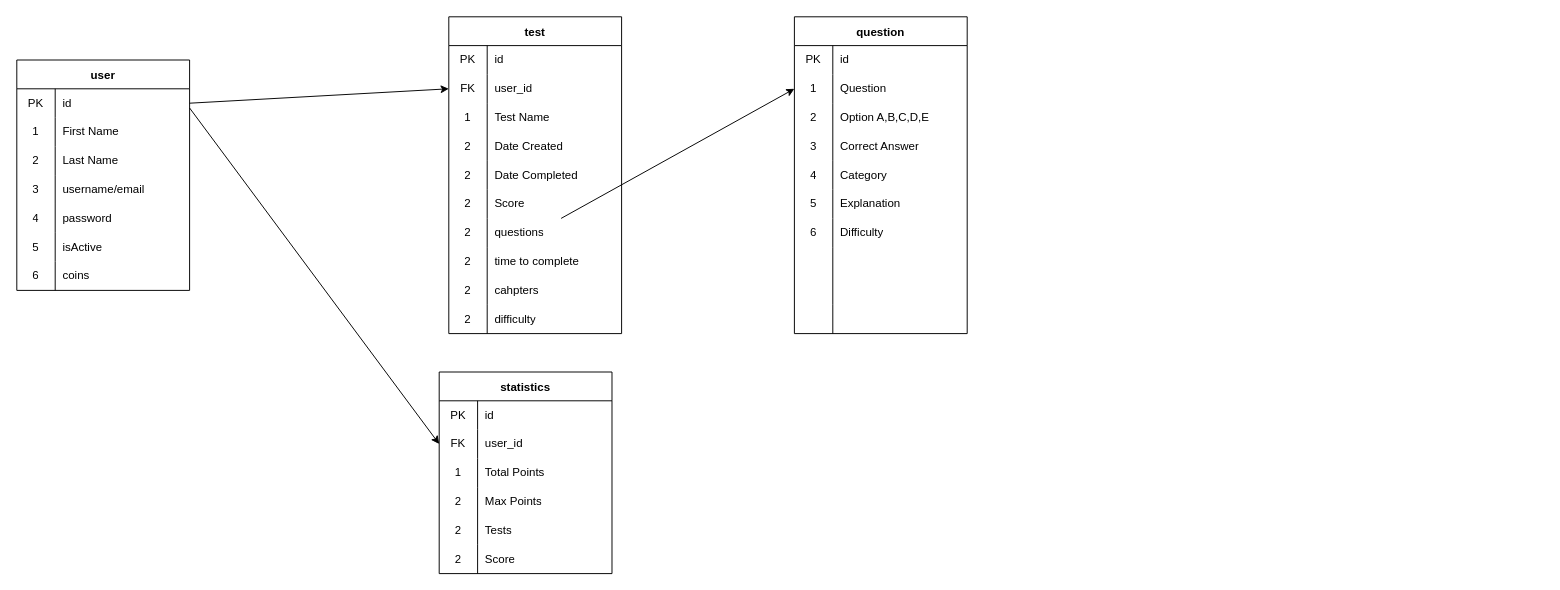
Before: server/dump/db.drawio in adrianorban/quizAppServer, a draw.io diagram. Source tidied: cells renumbered, new cells numbered last; positions are measured from the earlier drawing's top-left corner, leaving out a move shared by most shapes. Both pictures are drawn from the tidied source at 96%, with x=0, y=0 at pixel (16, 16).
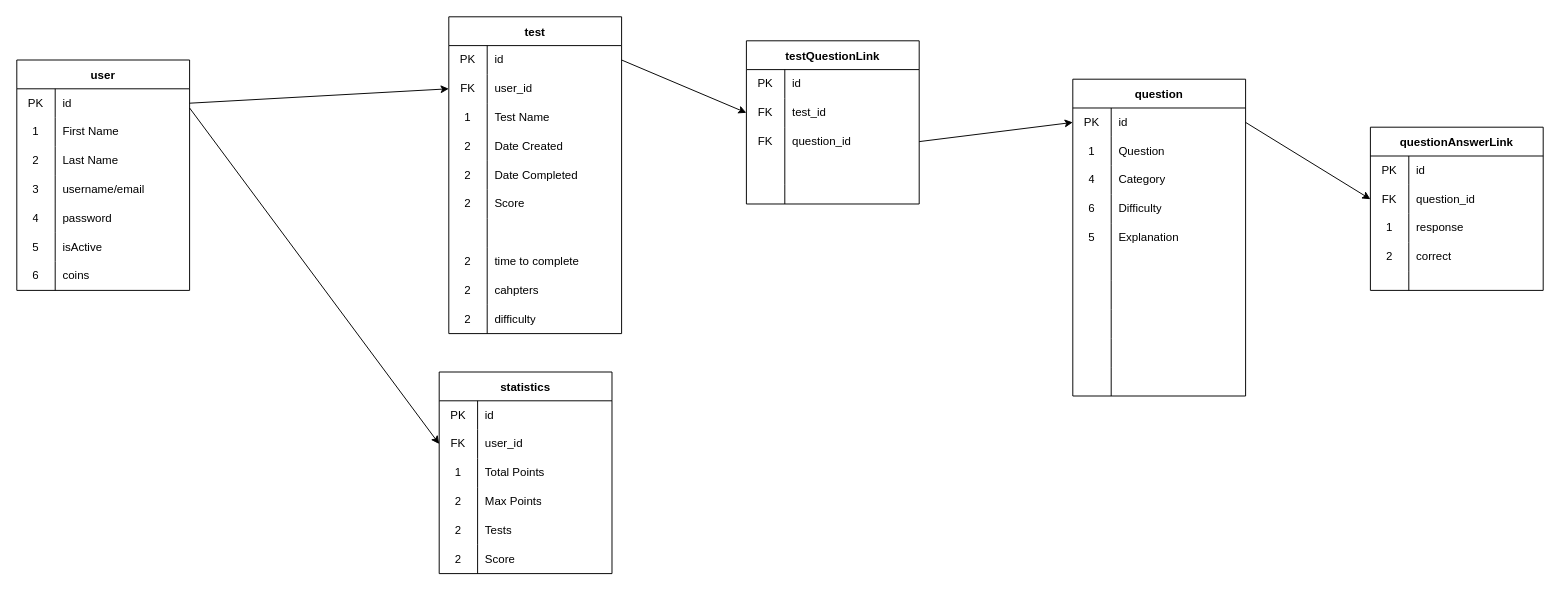
After the change.

Commit message (it also covers changes not shown here):
update db design and dockerfile

Unchanged cells that the change refers to:
```xml
<mxCell id="25" style="shape=tableRow;horizontal=0;startSize=0;swimlaneHead=0;swimlaneBody=0;top=0;left=0;bottom=0;right=0;fillColor=none;points=[[0,0.5],[1,0.5]];portConstraint=eastwest;" parent="24" vertex="1">
  <mxGeometry y="30" width="180" height="30" as="geometry" />
</mxCell>
<mxCell id="43" style="shape=tableRow;horizontal=0;startSize=0;swimlaneHead=0;swimlaneBody=0;top=0;left=0;bottom=0;right=0;fillColor=none;points=[[0,0.5],[1,0.5]];portConstraint=eastwest;" parent="24" vertex="1">
  <mxGeometry y="210" width="180" height="30" as="geometry" />
</mxCell>
<mxCell id="56" style="shape=tableRow;horizontal=0;startSize=0;swimlaneHead=0;swimlaneBody=0;top=0;left=0;bottom=0;right=0;fillColor=none;points=[[0,0.5],[1,0.5]];portConstraint=eastwest;" parent="55" vertex="1">
  <mxGeometry y="30" width="180" height="30" as="geometry" />
</mxCell>
<mxCell id="59" style="shape=tableRow;horizontal=0;startSize=0;swimlaneHead=0;swimlaneBody=0;top=0;left=0;bottom=0;right=0;fillColor=none;points=[[0,0.5],[1,0.5]];portConstraint=eastwest;" parent="55" vertex="1">
  <mxGeometry y="60" width="180" height="30" as="geometry" />
</mxCell>
```

The edit, as a diff of the source:
```diff
@@
-    <mxCell id="44" value="2" style="shape=partialRectangle;html=1;whiteSpace=wrap;fillColor=none;top=0;left=0;bottom=0;right=0;overflow=hidden;" parent="43" vertex="1">
+    <mxCell id="44" style="shape=partialRectangle;html=1;whiteSpace=wrap;fillColor=none;top=0;left=0;bottom=0;right=0;overflow=hidden;" parent="43" vertex="1">
       <mxGeometry width="40" height="30" as="geometry" />
     </mxCell>
-    <mxCell id="45" value="questions" style="shape=partialRectangle;html=1;whiteSpace=wrap;fillColor=none;top=0;left=0;bottom=0;right=0;align=left;spacingLeft=6;overflow=hidden;" parent="43" vertex="1">
+    <mxCell id="45" style="shape=partialRectangle;html=1;whiteSpace=wrap;fillColor=none;top=0;left=0;bottom=0;right=0;align=left;spacingLeft=6;overflow=hidden;" parent="43" vertex="1">
       <mxGeometry x="40" width="140" height="30" as="geometry" />
     </mxCell>
@@
     <mxCell id="55" value="question" style="shape=table;startSize=30;childLayout=tableLayout;rowLines=0;fontStyle=1;" parent="1" vertex="1">
-      <mxGeometry x="810" width="180" height="330" as="geometry" />
+      <mxGeometry x="1100" y="65" width="180" height="330" as="geometry" />
     </mxCell>
@@
+    <mxCell id="68" style="shape=tableRow;horizontal=0;startSize=0;swimlaneHead=0;swimlaneBody=0;top=0;left=0;bottom=0;right=0;fillColor=none;" parent="55" vertex="1">
+      <mxGeometry y="90" width="180" height="30" as="geometry" />
+    </mxCell>
+    <mxCell id="69" value="4" style="shape=partialRectangle;html=1;whiteSpace=wrap;fillColor=none;top=0;left=0;bottom=0;right=0;overflow=hidden;" parent="68" vertex="1">
+      <mxGeometry width="40" height="30" as="geometry" />
+    </mxCell>
+    <mxCell id="70" value="Category" style="shape=partialRectangle;html=1;whiteSpace=wrap;fillColor=none;top=0;left=0;bottom=0;right=0;align=left;spacingLeft=6;overflow=hidden;" parent="68" vertex="1">
+      <mxGeometry x="40" width="140" height="30" as="geometry" />
+    </mxCell>
+    <mxCell id="74" style="shape=tableRow;horizontal=0;startSize=0;swimlaneHead=0;swimlaneBody=0;top=0;left=0;bottom=0;right=0;fillColor=none;" parent="55" vertex="1">
+      <mxGeometry y="120" width="180" height="30" as="geometry" />
+    </mxCell>
+    <mxCell id="75" value="6" style="shape=partialRectangle;html=1;whiteSpace=wrap;fillColor=none;top=0;left=0;bottom=0;right=0;overflow=hidden;" parent="74" vertex="1">
+      <mxGeometry width="40" height="30" as="geometry" />
+    </mxCell>
+    <mxCell id="76" value="Difficulty" style="shape=partialRectangle;html=1;whiteSpace=wrap;fillColor=none;top=0;left=0;bottom=0;right=0;align=left;spacingLeft=6;overflow=hidden;" parent="74" vertex="1">
+      <mxGeometry x="40" width="140" height="30" as="geometry" />
+    </mxCell>
+    <mxCell id="71" style="shape=tableRow;horizontal=0;startSize=0;swimlaneHead=0;swimlaneBody=0;top=0;left=0;bottom=0;right=0;fillColor=none;" parent="55" vertex="1">
+      <mxGeometry y="150" width="180" height="30" as="geometry" />
+    </mxCell>
+    <mxCell id="72" value="5" style="shape=partialRectangle;html=1;whiteSpace=wrap;fillColor=none;top=0;left=0;bottom=0;right=0;overflow=hidden;" parent="71" vertex="1">
+      <mxGeometry width="40" height="30" as="geometry" />
+    </mxCell>
+    <mxCell id="73" value="Explanation" style="shape=partialRectangle;html=1;whiteSpace=wrap;fillColor=none;top=0;left=0;bottom=0;right=0;align=left;spacingLeft=6;overflow=hidden;" parent="71" vertex="1">
+      <mxGeometry x="40" width="140" height="30" as="geometry" />
+    </mxCell>
     <mxCell id="62" style="shape=tableRow;horizontal=0;startSize=0;swimlaneHead=0;swimlaneBody=0;top=0;left=0;bottom=0;right=0;fillColor=none;" parent="55" vertex="1">
-      <mxGeometry y="90" width="180" height="30" as="geometry" />
+      <mxGeometry y="180" width="180" height="30" as="geometry" />
     </mxCell>
-    <mxCell id="63" value="2" style="shape=partialRectangle;html=1;whiteSpace=wrap;fillColor=none;top=0;left=0;bottom=0;right=0;overflow=hidden;" parent="62" vertex="1">
+    <mxCell id="63" style="shape=partialRectangle;html=1;whiteSpace=wrap;fillColor=none;top=0;left=0;bottom=0;right=0;overflow=hidden;" parent="62" vertex="1">
       <mxGeometry width="40" height="30" as="geometry" />
     </mxCell>
-    <mxCell id="64" value="Option A,B,C,D,E" style="shape=partialRectangle;html=1;whiteSpace=wrap;fillColor=none;top=0;left=0;bottom=0;right=0;align=left;spacingLeft=6;overflow=hidden;" parent="62" vertex="1">
+    <mxCell id="64" style="shape=partialRectangle;html=1;whiteSpace=wrap;fillColor=none;top=0;left=0;bottom=0;right=0;align=left;spacingLeft=6;overflow=hidden;" parent="62" vertex="1">
       <mxGeometry x="40" width="140" height="30" as="geometry" />
     </mxCell>
     <mxCell id="65" style="shape=tableRow;horizontal=0;startSize=0;swimlaneHead=0;swimlaneBody=0;top=0;left=0;bottom=0;right=0;fillColor=none;" parent="55" vertex="1">
-      <mxGeometry y="120" width="180" height="30" as="geometry" />
+      <mxGeometry y="210" width="180" height="30" as="geometry" />
     </mxCell>
-    <mxCell id="66" value="3" style="shape=partialRectangle;html=1;whiteSpace=wrap;fillColor=none;top=0;left=0;bottom=0;right=0;overflow=hidden;" parent="65" vertex="1">
+    <mxCell id="66" style="shape=partialRectangle;html=1;whiteSpace=wrap;fillColor=none;top=0;left=0;bottom=0;right=0;overflow=hidden;" parent="65" vertex="1">
       <mxGeometry width="40" height="30" as="geometry" />
     </mxCell>
-    <mxCell id="67" value="Correct Answer" style="shape=partialRectangle;html=1;whiteSpace=wrap;fillColor=none;top=0;left=0;bottom=0;right=0;align=left;spacingLeft=6;overflow=hidden;" parent="65" vertex="1">
+    <mxCell id="67" style="shape=partialRectangle;html=1;whiteSpace=wrap;fillColor=none;top=0;left=0;bottom=0;right=0;align=left;spacingLeft=6;overflow=hidden;" parent="65" vertex="1">
       <mxGeometry x="40" width="140" height="30" as="geometry" />
     </mxCell>
-    <mxCell id="68" style="shape=tableRow;horizontal=0;startSize=0;swimlaneHead=0;swimlaneBody=0;top=0;left=0;bottom=0;right=0;fillColor=none;" parent="55" vertex="1">
-      <mxGeometry y="150" width="180" height="30" as="geometry" />
-    </mxCell>
-    <mxCell id="69" value="4" style="shape=partialRectangle;html=1;whiteSpace=wrap;fillColor=none;top=0;left=0;bottom=0;right=0;overflow=hidden;" parent="68" vertex="1">
-      <mxGeometry width="40" height="30" as="geometry" />
-    </mxCell>
-    <mxCell id="70" value="Category" style="shape=partialRectangle;html=1;whiteSpace=wrap;fillColor=none;top=0;left=0;bottom=0;right=0;align=left;spacingLeft=6;overflow=hidden;" parent="68" vertex="1">
-      <mxGeometry x="40" width="140" height="30" as="geometry" />
-    </mxCell>
-    <mxCell id="71" style="shape=tableRow;horizontal=0;startSize=0;swimlaneHead=0;swimlaneBody=0;top=0;left=0;bottom=0;right=0;fillColor=none;" parent="55" vertex="1">
-      <mxGeometry y="180" width="180" height="30" as="geometry" />
-    </mxCell>
-    <mxCell id="72" value="5" style="shape=partialRectangle;html=1;whiteSpace=wrap;fillColor=none;top=0;left=0;bottom=0;right=0;overflow=hidden;" parent="71" vertex="1">
-      <mxGeometry width="40" height="30" as="geometry" />
-    </mxCell>
-    <mxCell id="73" value="Explanation" style="shape=partialRectangle;html=1;whiteSpace=wrap;fillColor=none;top=0;left=0;bottom=0;right=0;align=left;spacingLeft=6;overflow=hidden;" parent="71" vertex="1">
-      <mxGeometry x="40" width="140" height="30" as="geometry" />
-    </mxCell>
-    <mxCell id="74" style="shape=tableRow;horizontal=0;startSize=0;swimlaneHead=0;swimlaneBody=0;top=0;left=0;bottom=0;right=0;fillColor=none;" parent="55" vertex="1">
-      <mxGeometry y="210" width="180" height="30" as="geometry" />
-    </mxCell>
-    <mxCell id="75" value="6" style="shape=partialRectangle;html=1;whiteSpace=wrap;fillColor=none;top=0;left=0;bottom=0;right=0;overflow=hidden;" parent="74" vertex="1">
-      <mxGeometry width="40" height="30" as="geometry" />
-    </mxCell>
-    <mxCell id="76" value="Difficulty" style="shape=partialRectangle;html=1;whiteSpace=wrap;fillColor=none;top=0;left=0;bottom=0;right=0;align=left;spacingLeft=6;overflow=hidden;" parent="74" vertex="1">
-      <mxGeometry x="40" width="140" height="30" as="geometry" />
-    </mxCell>
@@
-    <mxCell id="107" style="edgeStyle=none;html=1;entryX=0;entryY=0.5;entryDx=0;entryDy=0;" parent="1" edge="1" source="43" target="59">
-      <mxGeometry relative="1" as="geometry" />
-    </mxCell>
+    <mxCell id="108" value="testQuestionLink" style="shape=table;startSize=30;childLayout=tableLayout;rowLines=0;fontStyle=1;" parent="1" vertex="1">
+      <mxGeometry x="760" y="25" width="180" height="170" as="geometry" />
+    </mxCell>
+    <mxCell id="109" style="shape=tableRow;horizontal=0;startSize=0;swimlaneHead=0;swimlaneBody=0;top=0;left=0;bottom=0;right=0;fillColor=none;" parent="108" vertex="1">
+      <mxGeometry y="30" width="180" height="30" as="geometry" />
+    </mxCell>
+    <mxCell id="110" value="PK" style="shape=partialRectangle;html=1;whiteSpace=wrap;fillColor=none;top=0;left=0;bottom=0;right=0;overflow=hidden;" parent="109" vertex="1">
+      <mxGeometry width="40" height="30" as="geometry" />
+    </mxCell>
+    <mxCell id="111" value="id" style="shape=partialRectangle;html=1;whiteSpace=wrap;fillColor=none;top=0;left=0;bottom=0;right=0;align=left;spacingLeft=6;overflow=hidden;" parent="109" vertex="1">
+      <mxGeometry x="40" width="140" height="30" as="geometry" />
+    </mxCell>
+    <mxCell id="112" style="shape=tableRow;horizontal=0;startSize=0;swimlaneHead=0;swimlaneBody=0;top=0;left=0;bottom=0;right=0;fillColor=none;points=[[0,0.5],[1,0.5]];portConstraint=eastwest;" parent="108" vertex="1">
+      <mxGeometry y="60" width="180" height="30" as="geometry" />
+    </mxCell>
+    <mxCell id="113" value="FK" style="shape=partialRectangle;html=1;whiteSpace=wrap;fillColor=none;top=0;left=0;bottom=0;right=0;overflow=hidden;" parent="112" vertex="1">
+      <mxGeometry width="40" height="30" as="geometry" />
+    </mxCell>
+    <mxCell id="114" value="test_id" style="shape=partialRectangle;html=1;whiteSpace=wrap;fillColor=none;top=0;left=0;bottom=0;right=0;align=left;spacingLeft=6;overflow=hidden;" parent="112" vertex="1">
+      <mxGeometry x="40" width="140" height="30" as="geometry" />
+    </mxCell>
+    <mxCell id="115" style="shape=tableRow;horizontal=0;startSize=0;swimlaneHead=0;swimlaneBody=0;top=0;left=0;bottom=0;right=0;fillColor=none;points=[[0,0.5],[1,0.5]];portConstraint=eastwest;" parent="108" vertex="1">
+      <mxGeometry y="90" width="180" height="30" as="geometry" />
+    </mxCell>
+    <mxCell id="116" value="FK" style="shape=partialRectangle;html=1;whiteSpace=wrap;fillColor=none;top=0;left=0;bottom=0;right=0;overflow=hidden;" parent="115" vertex="1">
+      <mxGeometry width="40" height="30" as="geometry" />
+    </mxCell>
+    <mxCell id="117" value="question_id" style="shape=partialRectangle;html=1;whiteSpace=wrap;fillColor=none;top=0;left=0;bottom=0;right=0;align=left;spacingLeft=6;overflow=hidden;" parent="115" vertex="1">
+      <mxGeometry x="40" width="140" height="30" as="geometry" />
+    </mxCell>
+    <mxCell id="118" style="shape=tableRow;horizontal=0;startSize=0;swimlaneHead=0;swimlaneBody=0;top=0;left=0;bottom=0;right=0;fillColor=none;" parent="108" vertex="1">
+      <mxGeometry y="120" width="180" height="30" as="geometry" />
+    </mxCell>
+    <mxCell id="119" style="shape=partialRectangle;html=1;whiteSpace=wrap;fillColor=none;top=0;left=0;bottom=0;right=0;overflow=hidden;" parent="118" vertex="1">
+      <mxGeometry width="40" height="30" as="geometry" />
+    </mxCell>
+    <mxCell id="120" style="shape=partialRectangle;html=1;whiteSpace=wrap;fillColor=none;top=0;left=0;bottom=0;right=0;align=left;spacingLeft=6;overflow=hidden;" parent="118" vertex="1">
+      <mxGeometry x="40" width="140" height="30" as="geometry" />
+    </mxCell>
+    <mxCell id="121" style="shape=tableRow;horizontal=0;startSize=0;swimlaneHead=0;swimlaneBody=0;top=0;left=0;bottom=0;right=0;fillColor=none;" parent="108" vertex="1">
+      <mxGeometry y="150" width="180" height="20" as="geometry" />
+    </mxCell>
+    <mxCell id="122" style="shape=partialRectangle;html=1;whiteSpace=wrap;fillColor=none;top=0;left=0;bottom=0;right=0;overflow=hidden;" parent="121" vertex="1">
+      <mxGeometry width="40" height="20" as="geometry" />
+    </mxCell>
+    <mxCell id="123" style="shape=partialRectangle;html=1;whiteSpace=wrap;fillColor=none;top=0;left=0;bottom=0;right=0;align=left;spacingLeft=6;overflow=hidden;" parent="121" vertex="1">
+      <mxGeometry x="40" width="140" height="20" as="geometry" />
+    </mxCell>
+    <mxCell id="124" style="edgeStyle=none;html=1;exitX=1;exitY=0.5;exitDx=0;exitDy=0;entryX=0;entryY=0.5;entryDx=0;entryDy=0;" parent="1" edge="1" source="25" target="112">
+      <mxGeometry relative="1" as="geometry" />
+    </mxCell>
+    <mxCell id="125" style="edgeStyle=none;html=1;exitX=1;exitY=0.5;exitDx=0;exitDy=0;entryX=0;entryY=0.5;entryDx=0;entryDy=0;" parent="1" edge="1" source="115" target="56">
+      <mxGeometry relative="1" as="geometry" />
+    </mxCell>
+    <mxCell id="126" value="questionAnswerLink" style="shape=table;startSize=30;childLayout=tableLayout;rowLines=0;fontStyle=1;" parent="1" vertex="1">
+      <mxGeometry x="1410" y="115" width="180" height="170" as="geometry" />
+    </mxCell>
+    <mxCell id="127" style="shape=tableRow;horizontal=0;startSize=0;swimlaneHead=0;swimlaneBody=0;top=0;left=0;bottom=0;right=0;fillColor=none;" parent="126" vertex="1">
+      <mxGeometry y="30" width="180" height="30" as="geometry" />
+    </mxCell>
+    <mxCell id="128" value="PK" style="shape=partialRectangle;html=1;whiteSpace=wrap;fillColor=none;top=0;left=0;bottom=0;right=0;overflow=hidden;" parent="127" vertex="1">
+      <mxGeometry width="40" height="30" as="geometry" />
+    </mxCell>
+    <mxCell id="129" value="id" style="shape=partialRectangle;html=1;whiteSpace=wrap;fillColor=none;top=0;left=0;bottom=0;right=0;align=left;spacingLeft=6;overflow=hidden;" parent="127" vertex="1">
+      <mxGeometry x="40" width="140" height="30" as="geometry" />
+    </mxCell>
+    <mxCell id="130" style="shape=tableRow;horizontal=0;startSize=0;swimlaneHead=0;swimlaneBody=0;top=0;left=0;bottom=0;right=0;fillColor=none;points=[[0,0.5],[1,0.5]];portConstraint=eastwest;" parent="126" vertex="1">
+      <mxGeometry y="60" width="180" height="30" as="geometry" />
+    </mxCell>
+    <mxCell id="131" value="FK" style="shape=partialRectangle;html=1;whiteSpace=wrap;fillColor=none;top=0;left=0;bottom=0;right=0;overflow=hidden;" parent="130" vertex="1">
+      <mxGeometry width="40" height="30" as="geometry" />
+    </mxCell>
+    <mxCell id="132" value="question_id" style="shape=partialRectangle;html=1;whiteSpace=wrap;fillColor=none;top=0;left=0;bottom=0;right=0;align=left;spacingLeft=6;overflow=hidden;" parent="130" vertex="1">
+      <mxGeometry x="40" width="140" height="30" as="geometry" />
+    </mxCell>
+    <mxCell id="133" style="shape=tableRow;horizontal=0;startSize=0;swimlaneHead=0;swimlaneBody=0;top=0;left=0;bottom=0;right=0;fillColor=none;" parent="126" vertex="1">
+      <mxGeometry y="90" width="180" height="30" as="geometry" />
+    </mxCell>
+    <mxCell id="134" value="1" style="shape=partialRectangle;html=1;whiteSpace=wrap;fillColor=none;top=0;left=0;bottom=0;right=0;overflow=hidden;" parent="133" vertex="1">
+      <mxGeometry width="40" height="30" as="geometry" />
+    </mxCell>
+    <mxCell id="135" value="response" style="shape=partialRectangle;html=1;whiteSpace=wrap;fillColor=none;top=0;left=0;bottom=0;right=0;align=left;spacingLeft=6;overflow=hidden;" parent="133" vertex="1">
+      <mxGeometry x="40" width="140" height="30" as="geometry" />
+    </mxCell>
+    <mxCell id="136" style="shape=tableRow;horizontal=0;startSize=0;swimlaneHead=0;swimlaneBody=0;top=0;left=0;bottom=0;right=0;fillColor=none;" parent="126" vertex="1">
+      <mxGeometry y="120" width="180" height="30" as="geometry" />
+    </mxCell>
+    <mxCell id="137" value="2" style="shape=partialRectangle;html=1;whiteSpace=wrap;fillColor=none;top=0;left=0;bottom=0;right=0;overflow=hidden;" parent="136" vertex="1">
+      <mxGeometry width="40" height="30" as="geometry" />
+    </mxCell>
+    <mxCell id="138" value="correct" style="shape=partialRectangle;html=1;whiteSpace=wrap;fillColor=none;top=0;left=0;bottom=0;right=0;align=left;spacingLeft=6;overflow=hidden;" parent="136" vertex="1">
+      <mxGeometry x="40" width="140" height="30" as="geometry" />
+    </mxCell>
+    <mxCell id="139" style="shape=tableRow;horizontal=0;startSize=0;swimlaneHead=0;swimlaneBody=0;top=0;left=0;bottom=0;right=0;fillColor=none;" parent="126" vertex="1">
+      <mxGeometry y="150" width="180" height="20" as="geometry" />
+    </mxCell>
+    <mxCell id="140" style="shape=partialRectangle;html=1;whiteSpace=wrap;fillColor=none;top=0;left=0;bottom=0;right=0;overflow=hidden;" parent="139" vertex="1">
+      <mxGeometry width="40" height="20" as="geometry" />
+    </mxCell>
+    <mxCell id="141" style="shape=partialRectangle;html=1;whiteSpace=wrap;fillColor=none;top=0;left=0;bottom=0;right=0;align=left;spacingLeft=6;overflow=hidden;" parent="139" vertex="1">
+      <mxGeometry x="40" width="140" height="20" as="geometry" />
+    </mxCell>
+    <mxCell id="142" style="edgeStyle=none;html=1;exitX=1;exitY=0.5;exitDx=0;exitDy=0;entryX=0;entryY=0.5;entryDx=0;entryDy=0;" parent="1" edge="1" source="56" target="130">
+      <mxGeometry relative="1" as="geometry" />
+    </mxCell>
```
